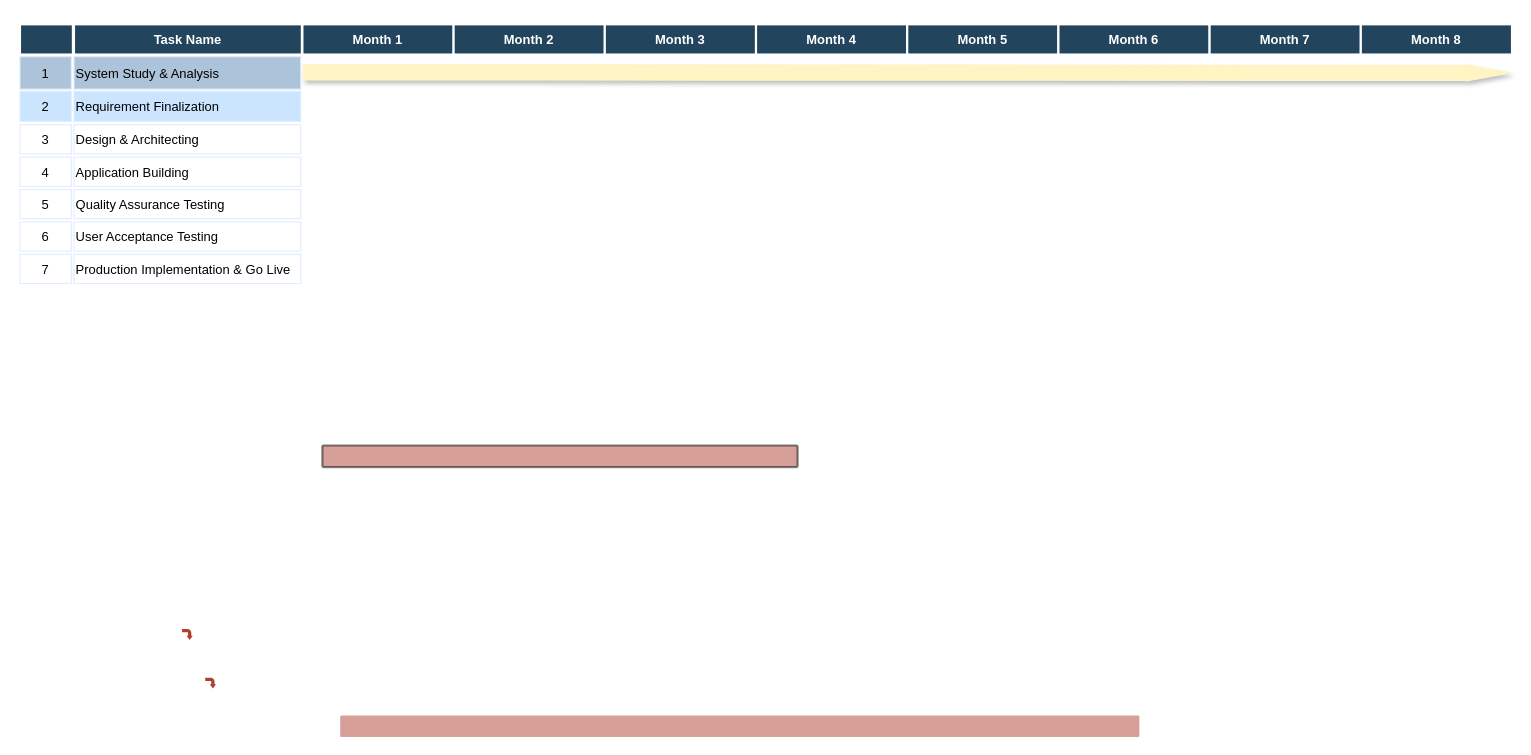
The draw.io diagram Untitled Diagram.drawio in sourav4371/sourav, before the edit. Source tidied: cells renumbered, new cells numbered last; positions are measured from the earlier drawing's top-left corner, leaving out a move shared by most shapes. Both pictures are drawn from the tidied source at 108%, with x=0, y=0 at pixel (19, 24).
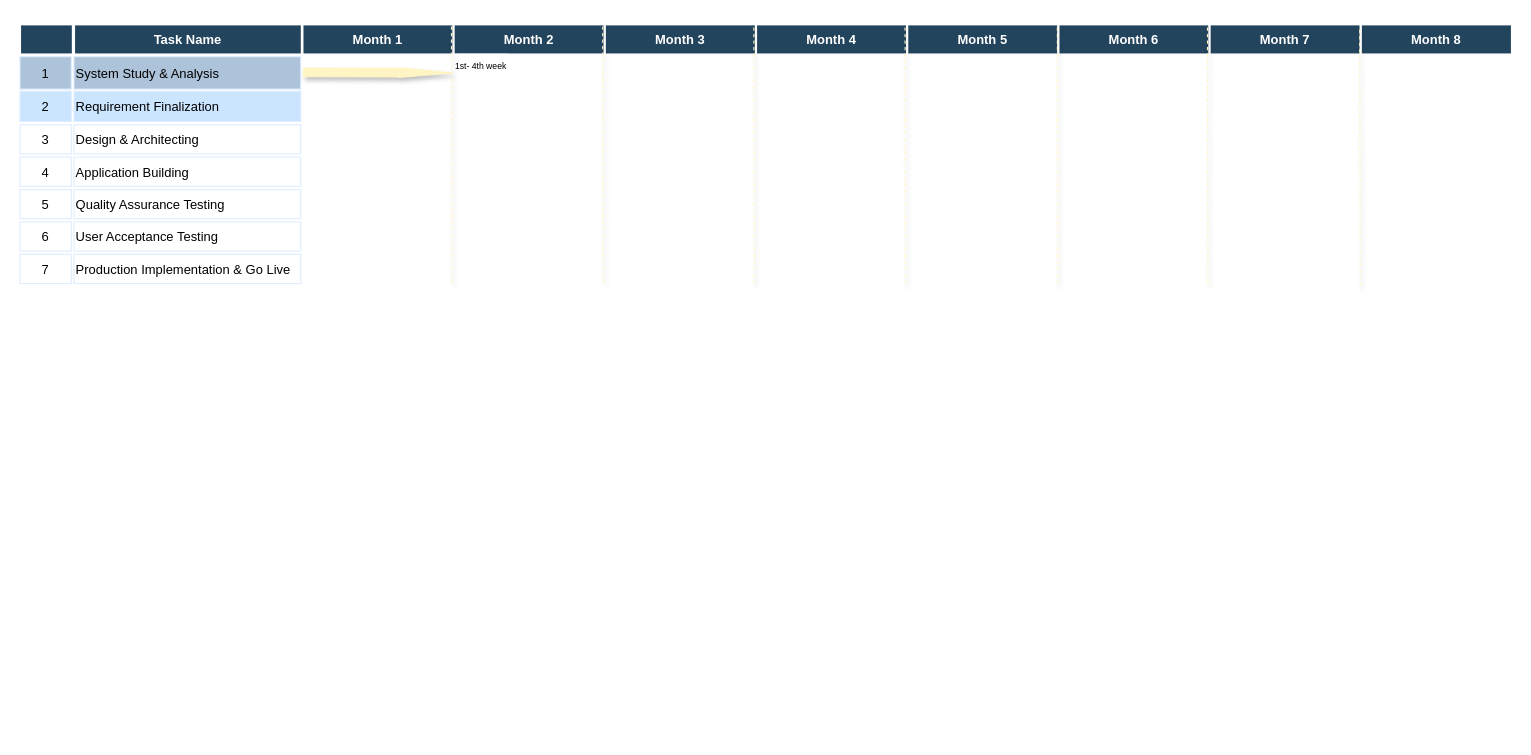
After the change.

What changed in the source:
```diff
@@
-    <mxCell id="23" style="shape=mxgraph.flowchart.process;fillColor=#AE4132;strokeColor=#000000;strokeWidth=2;opacity=50;" parent="1" vertex="1">
-      <mxGeometry x="280" y="390" width="440" height="20" as="geometry" />
-    </mxCell>
-    <mxCell id="24" style="shape=mxgraph.arrows.bent_right_arrow;fillColor=#AE4132;strokeColor=none;strokeWidth=2;direction=south;" parent="1" vertex="1">
-      <mxGeometry x="171.5" y="605" width="10" height="10" as="geometry" />
-    </mxCell>
-    <mxCell id="25" style="shape=mxgraph.flowchart.process;fillColor=#AE4132;strokeColor=none;strokeWidth=2;opacity=50;" parent="1" vertex="1">
-      <mxGeometry x="296.5" y="640" width="740" height="20" as="geometry" />
-    </mxCell>
-    <mxCell id="26" style="shape=mxgraph.arrows.bent_right_arrow;fillColor=#AE4132;strokeColor=none;strokeWidth=2;direction=south;" parent="1" vertex="1">
-      <mxGeometry x="150" y="560" width="10" height="10" as="geometry" />
-    </mxCell>
@@
-    <mxCell id="30" style="shape=flexArrow;endArrow=classic;html=1;endWidth=0;endSize=13;width=14;strokeColor=#FFF4C3;fillColor=#FFF4C3;shadow=1;" parent="1" edge="1">
+    <mxCell id="30" style="shape=flexArrow;endArrow=classic;html=1;endWidth=0;endSize=16;width=8;strokeColor=#FFF4C3;fillColor=#FFF4C3;shadow=1;" parent="1" edge="1">
       <mxGeometry relative="1" as="geometry">
         <mxPoint x="262" y="44.5" as="sourcePoint" />
-        <mxPoint x="1380" y="45" as="targetPoint" />
+        <mxPoint x="400" y="45" as="targetPoint" />
       </mxGeometry>
     </mxCell>
+    <mxCell id="31" value="&lt;font style=&quot;font-size: 8px&quot;&gt;1st- 4th week&lt;/font&gt;" style="whiteSpace=wrap;html=1;strokeWidth=2;fillColor=#FFFFFF;opacity=50;strokeColor=#FFFFFF;" parent="1" vertex="1">
+      <mxGeometry x="401.5" y="28" width="50" height="20" as="geometry" />
+    </mxCell>
+    <mxCell id="32" style="endArrow=none;dashed=1;html=1;shadow=1;strokeColor=#FFF4C3;fillColor=#FFF4C3;" parent="1" edge="1">
+      <mxGeometry relative="1" as="geometry">
+        <mxPoint x="400" y="239" as="sourcePoint" />
+        <mxPoint x="399.5" y="-1" as="targetPoint" />
+      </mxGeometry>
+    </mxCell>
+    <mxCell id="33" style="endArrow=none;dashed=1;html=1;shadow=1;strokeColor=#FFF4C3;fillColor=#FFF4C3;" parent="1" edge="1">
+      <mxGeometry relative="1" as="geometry">
+        <mxPoint x="540" y="239" as="sourcePoint" />
+        <mxPoint x="539.5" y="-1" as="targetPoint" />
+      </mxGeometry>
+    </mxCell>
+    <mxCell id="34" style="endArrow=none;dashed=1;html=1;shadow=1;strokeColor=#FFF4C3;fillColor=#FFF4C3;" parent="1" edge="1">
+      <mxGeometry relative="1" as="geometry">
+        <mxPoint x="680" y="240" as="sourcePoint" />
+        <mxPoint x="679.5" as="targetPoint" />
+      </mxGeometry>
+    </mxCell>
+    <mxCell id="35" style="endArrow=none;dashed=1;html=1;shadow=1;strokeColor=#FFF4C3;fillColor=#FFF4C3;" parent="1" edge="1">
+      <mxGeometry relative="1" as="geometry">
+        <mxPoint x="820" y="240" as="sourcePoint" />
+        <mxPoint x="819.5" as="targetPoint" />
+      </mxGeometry>
+    </mxCell>
+    <mxCell id="36" style="endArrow=none;dashed=1;html=1;shadow=1;strokeColor=#FFF4C3;fillColor=#FFF4C3;" parent="1" edge="1">
+      <mxGeometry relative="1" as="geometry">
+        <mxPoint x="961" y="240" as="sourcePoint" />
+        <mxPoint x="960.5" as="targetPoint" />
+      </mxGeometry>
+    </mxCell>
+    <mxCell id="37" style="endArrow=none;dashed=1;html=1;shadow=1;strokeColor=#FFF4C3;fillColor=#FFF4C3;" parent="1" edge="1">
+      <mxGeometry relative="1" as="geometry">
+        <mxPoint x="1100" y="240" as="sourcePoint" />
+        <mxPoint x="1099.5" as="targetPoint" />
+      </mxGeometry>
+    </mxCell>
+    <mxCell id="38" style="endArrow=none;dashed=1;html=1;shadow=1;strokeColor=#FFF4C3;fillColor=#FFF4C3;" parent="1" edge="1">
+      <mxGeometry relative="1" as="geometry">
+        <mxPoint x="1241" y="242" as="sourcePoint" />
+        <mxPoint x="1240.5" y="2" as="targetPoint" />
+      </mxGeometry>
+    </mxCell>
```
